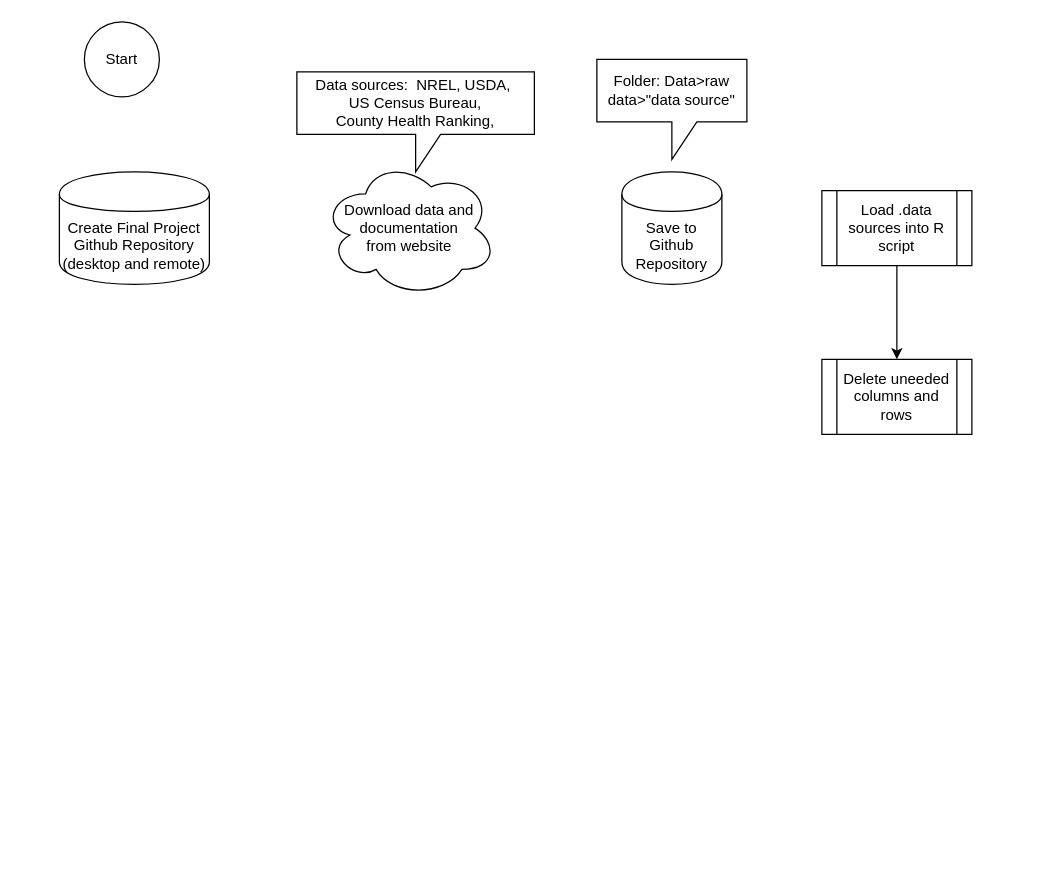
Earlier version of the draw.io diagram writing_literature_present/Data Cleaning_Merging_Final_proj.drawio (cnagbim/Data-Management-Final-Project-Agbim). Source tidied: cells renumbered, new cells numbered last; positions are measured from the earlier drawing's top-left corner, leaving out a move shared by most shapes. Both pictures are drawn from the tidied source at 125%, with x=0, y=0 at pixel (59, 21).
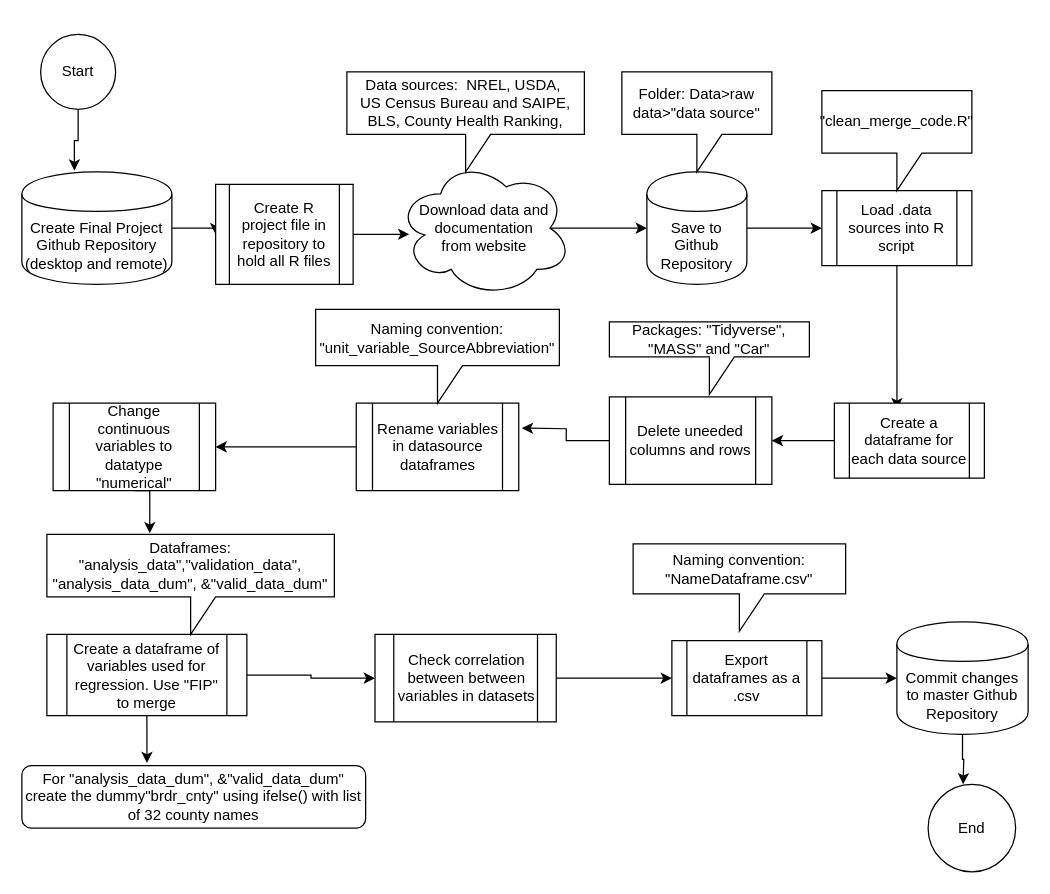
The same page after the edit.

The change refers to these unchanged cells:
```xml
<mxCell id="9" value="Load .data sources into R script" style="shape=process;whiteSpace=wrap;html=1;backgroundOutline=1;" parent="1" vertex="1">
  <mxGeometry x="610" y="135" width="120" height="60" as="geometry" />
</mxCell>
```

The edit, as a diff of the source:
```diff
@@
+    <mxCell id="11" style="edgeStyle=orthogonalEdgeStyle;rounded=0;jettySize=auto;html=1;exitX=0.875;exitY=0.5;exitDx=0;exitDy=0;exitPerimeter=0;entryX=0;entryY=0.5;entryDx=0;entryDy=0;" parent="1" edge="1" source="2" target="5">
+      <mxGeometry relative="1" as="geometry" />
+    </mxCell>
     <mxCell id="2" value="Download data and documentation &lt;br&gt;from website" style="ellipse;shape=cloud;whiteSpace=wrap;html=1;" parent="1" vertex="1">
-      <mxGeometry x="210" y="110" width="140" height="110" as="geometry" />
+      <mxGeometry x="270" y="110" width="140" height="110" as="geometry" />
     </mxCell>
+    <mxCell id="12" style="edgeStyle=orthogonalEdgeStyle;rounded=0;jettySize=auto;html=1;exitX=1;exitY=0.5;exitDx=0;exitDy=0;entryX=0;entryY=0.5;entryDx=0;entryDy=0;" parent="1" edge="1" source="3" target="29">
+      <mxGeometry relative="1" as="geometry" />
+    </mxCell>
     <mxCell id="3" value="Create Final Project Github Repository (desktop and remote)" style="shape=cylinder;whiteSpace=wrap;html=1;boundedLbl=1;backgroundOutline=1;" parent="1" vertex="1">
-      <mxGeometry y="120" width="120" height="90" as="geometry" />
+      <mxGeometry x="-30" y="120" width="120" height="90" as="geometry" />
     </mxCell>
+    <mxCell id="13" style="edgeStyle=orthogonalEdgeStyle;rounded=0;jettySize=auto;html=1;exitX=0.5;exitY=1;exitDx=0;exitDy=0;entryX=0.35;entryY=-0.011;entryDx=0;entryDy=0;entryPerimeter=0;" parent="1" edge="1" source="4" target="3">
+      <mxGeometry relative="1" as="geometry" />
+    </mxCell>
     <mxCell id="4" value="Start" style="ellipse;whiteSpace=wrap;html=1;" parent="1" vertex="1">
-      <mxGeometry x="20" width="60" height="60" as="geometry" />
+      <mxGeometry x="-15" y="10" width="60" height="60" as="geometry" />
     </mxCell>
+    <mxCell id="14" style="edgeStyle=orthogonalEdgeStyle;rounded=0;jettySize=auto;html=1;exitX=1;exitY=0.5;exitDx=0;exitDy=0;entryX=0;entryY=0.5;entryDx=0;entryDy=0;" parent="1" edge="1" source="5" target="9">
+      <mxGeometry relative="1" as="geometry" />
+    </mxCell>
     <mxCell id="5" value="Save to Github Repository" style="shape=cylinder;whiteSpace=wrap;html=1;boundedLbl=1;backgroundOutline=1;" parent="1" vertex="1">
-      <mxGeometry x="450" y="120" width="80" height="90" as="geometry" />
+      <mxGeometry x="470" y="120" width="80" height="90" as="geometry" />
     </mxCell>
     <mxCell id="6" value="Folder: Data&amp;gt;raw data&amp;gt;&quot;data source&quot;" style="shape=callout;whiteSpace=wrap;html=1;perimeter=calloutPerimeter;" parent="1" vertex="1">
-      <mxGeometry x="430" y="30" width="120" height="80" as="geometry" />
+      <mxGeometry x="450" y="40" width="120" height="80" as="geometry" />
     </mxCell>
-    <mxCell id="7" value="&lt;span&gt;Data sources:&amp;nbsp; NREL, USDA,&amp;nbsp;&lt;/span&gt;&lt;br&gt;&lt;span&gt;US Census Bureau,&lt;/span&gt;&lt;br&gt;&lt;span&gt;County Health Ranking,&lt;/span&gt;" style="shape=callout;whiteSpace=wrap;html=1;perimeter=calloutPerimeter;" parent="1" vertex="1">
-      <mxGeometry x="190" y="40" width="190" height="80" as="geometry" />
+    <mxCell id="7" value="&lt;span&gt;Data sources:&amp;nbsp; NREL, USDA,&amp;nbsp;&lt;/span&gt;&lt;br&gt;&lt;span&gt;US Census Bureau and SAIPE,&lt;/span&gt;&lt;br&gt;&lt;span&gt;BLS, County Health Ranking,&lt;/span&gt;" style="shape=callout;whiteSpace=wrap;html=1;perimeter=calloutPerimeter;" parent="1" vertex="1">
+      <mxGeometry x="230" y="40" width="190" height="80" as="geometry" />
     </mxCell>
-    <mxCell id="8" style="edgeStyle=orthogonalEdgeStyle;rounded=0;jettySize=auto;html=1;" parent="1" edge="1" source="9" target="10">
-      <mxGeometry relative="1" as="geometry" />
-    </mxCell>
+    <mxCell id="15" style="edgeStyle=orthogonalEdgeStyle;rounded=0;jettySize=auto;html=1;exitX=0.5;exitY=1;exitDx=0;exitDy=0;entryX=0.417;entryY=0.083;entryDx=0;entryDy=0;entryPerimeter=0;" parent="1" edge="1" source="9" target="22">
+      <mxGeometry relative="1" as="geometry" />
+    </mxCell>
@@
+    <mxCell id="16" style="edgeStyle=orthogonalEdgeStyle;rounded=0;jettySize=auto;html=1;exitX=0;exitY=0.5;exitDx=0;exitDy=0;" parent="1" edge="1" source="10">
+      <mxGeometry relative="1" as="geometry">
+        <mxPoint x="370" y="325" as="targetPoint" />
+      </mxGeometry>
+    </mxCell>
     <mxCell id="10" value="Delete uneeded columns and rows" style="shape=process;whiteSpace=wrap;html=1;backgroundOutline=1;" parent="1" vertex="1">
-      <mxGeometry x="610" y="270" width="120" height="60" as="geometry" />
+      <mxGeometry x="440" y="300" width="130" height="70" as="geometry" />
     </mxCell>
+    <mxCell id="17" style="edgeStyle=orthogonalEdgeStyle;rounded=0;jettySize=auto;html=1;exitX=0;exitY=0.5;exitDx=0;exitDy=0;entryX=1;entryY=0.5;entryDx=0;entryDy=0;" parent="1" edge="1" source="18" target="20">
+      <mxGeometry relative="1" as="geometry" />
+    </mxCell>
+    <mxCell id="18" value="Rename variables in datasource dataframes" style="shape=process;whiteSpace=wrap;html=1;backgroundOutline=1;" parent="1" vertex="1">
+      <mxGeometry x="237.5" y="305" width="130" height="70" as="geometry" />
+    </mxCell>
+    <mxCell id="19" style="edgeStyle=orthogonalEdgeStyle;rounded=0;jettySize=auto;html=1;exitX=0.5;exitY=1;exitDx=0;exitDy=0;entryX=0.358;entryY=-0.011;entryDx=0;entryDy=0;entryPerimeter=0;" parent="1" edge="1" source="20" target="30">
+      <mxGeometry relative="1" as="geometry" />
+    </mxCell>
+    <mxCell id="20" value="Change continuous variables to datatype &quot;numerical&quot;" style="shape=process;whiteSpace=wrap;html=1;backgroundOutline=1;" parent="1" vertex="1">
+      <mxGeometry x="-5" y="305" width="130" height="70" as="geometry" />
+    </mxCell>
+    <mxCell id="21" style="edgeStyle=orthogonalEdgeStyle;rounded=0;jettySize=auto;html=1;exitX=0;exitY=0.5;exitDx=0;exitDy=0;entryX=1;entryY=0.5;entryDx=0;entryDy=0;" parent="1" edge="1" source="22" target="10">
+      <mxGeometry relative="1" as="geometry" />
+    </mxCell>
+    <mxCell id="22" value="Create a dataframe for each data source" style="shape=process;whiteSpace=wrap;html=1;backgroundOutline=1;" parent="1" vertex="1">
+      <mxGeometry x="620" y="305" width="120" height="60" as="geometry" />
+    </mxCell>
+    <mxCell id="23" value="&quot;clean_merge_code.R&quot;" style="shape=callout;whiteSpace=wrap;html=1;perimeter=calloutPerimeter;" parent="1" vertex="1">
+      <mxGeometry x="610" y="55" width="120" height="80" as="geometry" />
+    </mxCell>
+    <mxCell id="24" style="edgeStyle=orthogonalEdgeStyle;rounded=0;jettySize=auto;html=1;exitX=1;exitY=0.5;exitDx=0;exitDy=0;" parent="1" edge="1" source="26" target="32">
+      <mxGeometry relative="1" as="geometry" />
+    </mxCell>
+    <mxCell id="25" style="edgeStyle=orthogonalEdgeStyle;rounded=0;jettySize=auto;html=1;exitX=0.5;exitY=1;exitDx=0;exitDy=0;entryX=0.364;entryY=-0.04;entryDx=0;entryDy=0;entryPerimeter=0;" parent="1" edge="1" source="26" target="39">
+      <mxGeometry relative="1" as="geometry" />
+    </mxCell>
+    <mxCell id="26" value="Create a dataframe of variables used for regression. Use &quot;FIP&quot; to merge" style="shape=process;whiteSpace=wrap;html=1;backgroundOutline=1;" parent="1" vertex="1">
+      <mxGeometry x="-10" y="490" width="160" height="65" as="geometry" />
+    </mxCell>
+    <mxCell id="27" value="Naming convention: &quot;unit_variable_SourceAbbreviation&quot;" style="shape=callout;whiteSpace=wrap;html=1;perimeter=calloutPerimeter;" parent="1" vertex="1">
+      <mxGeometry x="205" y="230" width="195" height="75" as="geometry" />
+    </mxCell>
+    <mxCell id="28" style="edgeStyle=orthogonalEdgeStyle;rounded=0;jettySize=auto;html=1;exitX=1;exitY=0.5;exitDx=0;exitDy=0;entryX=0.071;entryY=0.545;entryDx=0;entryDy=0;entryPerimeter=0;" parent="1" edge="1" source="29" target="2">
+      <mxGeometry relative="1" as="geometry" />
+    </mxCell>
+    <mxCell id="29" value="Create R project file in repository to hold all R files" style="shape=process;whiteSpace=wrap;html=1;backgroundOutline=1;" parent="1" vertex="1">
+      <mxGeometry x="125" y="130" width="110" height="80" as="geometry" />
+    </mxCell>
+    <mxCell id="30" value="Dataframes: &quot;analysis_data&quot;,&quot;validation_data&quot;,&lt;br&gt;&quot;analysis_data_dum&quot;, &amp;amp;&quot;valid_data_dum&quot;&lt;br&gt;" style="shape=callout;whiteSpace=wrap;html=1;perimeter=calloutPerimeter;" parent="1" vertex="1">
+      <mxGeometry x="-10" y="410" width="230" height="80" as="geometry" />
+    </mxCell>
+    <mxCell id="31" style="edgeStyle=orthogonalEdgeStyle;rounded=0;jettySize=auto;html=1;exitX=1;exitY=0.5;exitDx=0;exitDy=0;entryX=0;entryY=0.5;entryDx=0;entryDy=0;" parent="1" edge="1" source="32" target="34">
+      <mxGeometry relative="1" as="geometry" />
+    </mxCell>
+    <mxCell id="32" value="Check correlation between between variables in datasets" style="shape=process;whiteSpace=wrap;html=1;backgroundOutline=1;" parent="1" vertex="1">
+      <mxGeometry x="252.5" y="490" width="145" height="70" as="geometry" />
+    </mxCell>
+    <mxCell id="33" style="edgeStyle=orthogonalEdgeStyle;rounded=0;jettySize=auto;html=1;exitX=1;exitY=0.5;exitDx=0;exitDy=0;entryX=0;entryY=0.5;entryDx=0;entryDy=0;" parent="1" edge="1" source="34" target="38">
+      <mxGeometry relative="1" as="geometry" />
+    </mxCell>
+    <mxCell id="34" value="Export dataframes as a .csv" style="shape=process;whiteSpace=wrap;html=1;backgroundOutline=1;" parent="1" vertex="1">
+      <mxGeometry x="490" y="495" width="120" height="60" as="geometry" />
+    </mxCell>
+    <mxCell id="35" value="End" style="ellipse;whiteSpace=wrap;html=1;" parent="1" vertex="1">
+      <mxGeometry x="695" y="610" width="70" height="70" as="geometry" />
+    </mxCell>
+    <mxCell id="36" value="Naming convention: &quot;NameDataframe.csv&quot;&lt;br&gt;" style="shape=callout;whiteSpace=wrap;html=1;perimeter=calloutPerimeter;" parent="1" vertex="1">
+      <mxGeometry x="459" y="417.5" width="170" height="70" as="geometry" />
+    </mxCell>
+    <mxCell id="37" style="edgeStyle=orthogonalEdgeStyle;rounded=0;jettySize=auto;html=1;exitX=0.5;exitY=1;exitDx=0;exitDy=0;" parent="1" edge="1" source="38">
+      <mxGeometry relative="1" as="geometry">
+        <mxPoint x="723" y="610" as="targetPoint" />
+      </mxGeometry>
+    </mxCell>
+    <mxCell id="38" value="Commit changes to master Github Repository" style="shape=cylinder;whiteSpace=wrap;html=1;boundedLbl=1;backgroundOutline=1;" parent="1" vertex="1">
+      <mxGeometry x="670" y="480" width="105" height="90" as="geometry" />
+    </mxCell>
+    <mxCell id="39" value="For &quot;analysis_data_dum&quot;, &amp;amp;&quot;valid_data_dum&quot; create the dummy&quot;brdr_cnty&quot; using ifelse() with list of 32 county names" style="rounded=1;whiteSpace=wrap;html=1;" parent="1" vertex="1">
+      <mxGeometry x="-30" y="595" width="275" height="50" as="geometry" />
+    </mxCell>
+    <mxCell id="40" value="Packages: &quot;Tidyverse&quot;, &quot;MASS&quot; and &quot;Car&quot;" style="shape=callout;whiteSpace=wrap;html=1;perimeter=calloutPerimeter;" parent="1" vertex="1">
+      <mxGeometry x="440" y="240" width="160" height="58" as="geometry" />
+    </mxCell>
```
